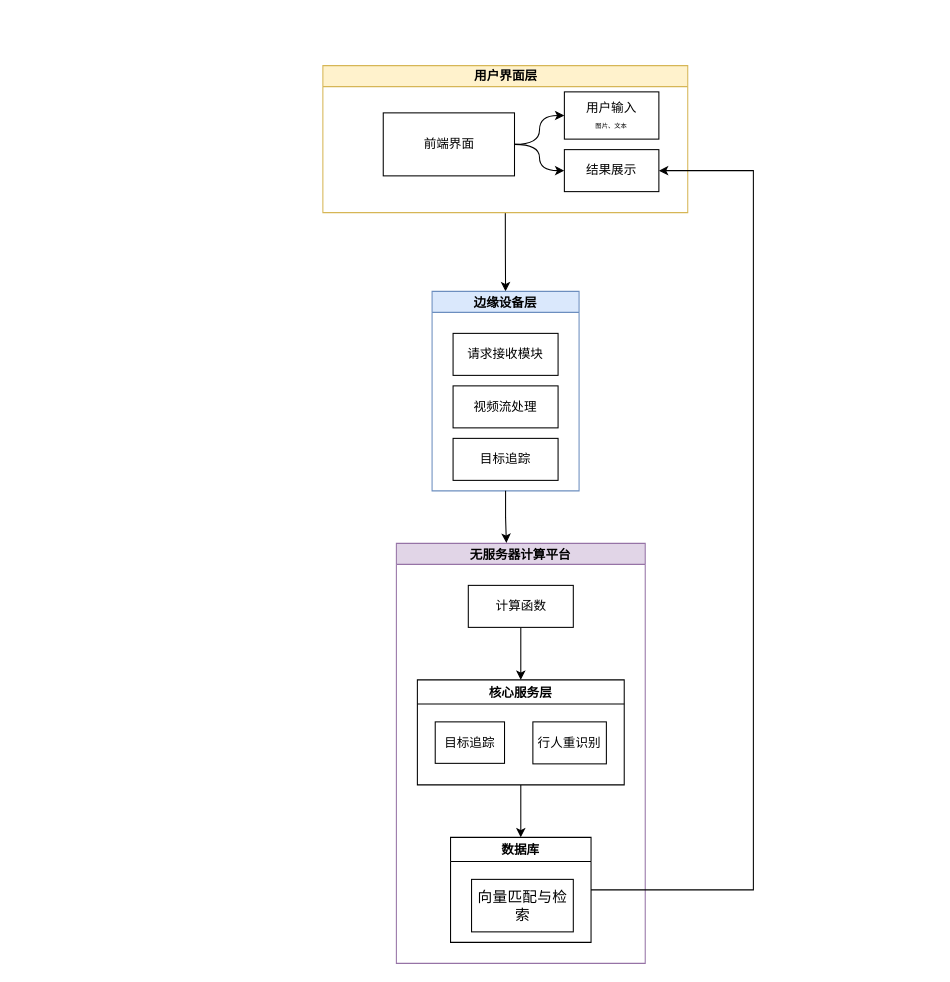
This is directory/毕设.drawio from lllwwwooo/draw.io, a draw.io file, before an edit. Source tidied: cells renumbered, new cells numbered last; positions are measured from the earlier drawing's top-left corner, leaving out a move shared by most shapes. Both pictures are drawn from the tidied source at 105%, with x=0, y=0 at pixel (322, 65).
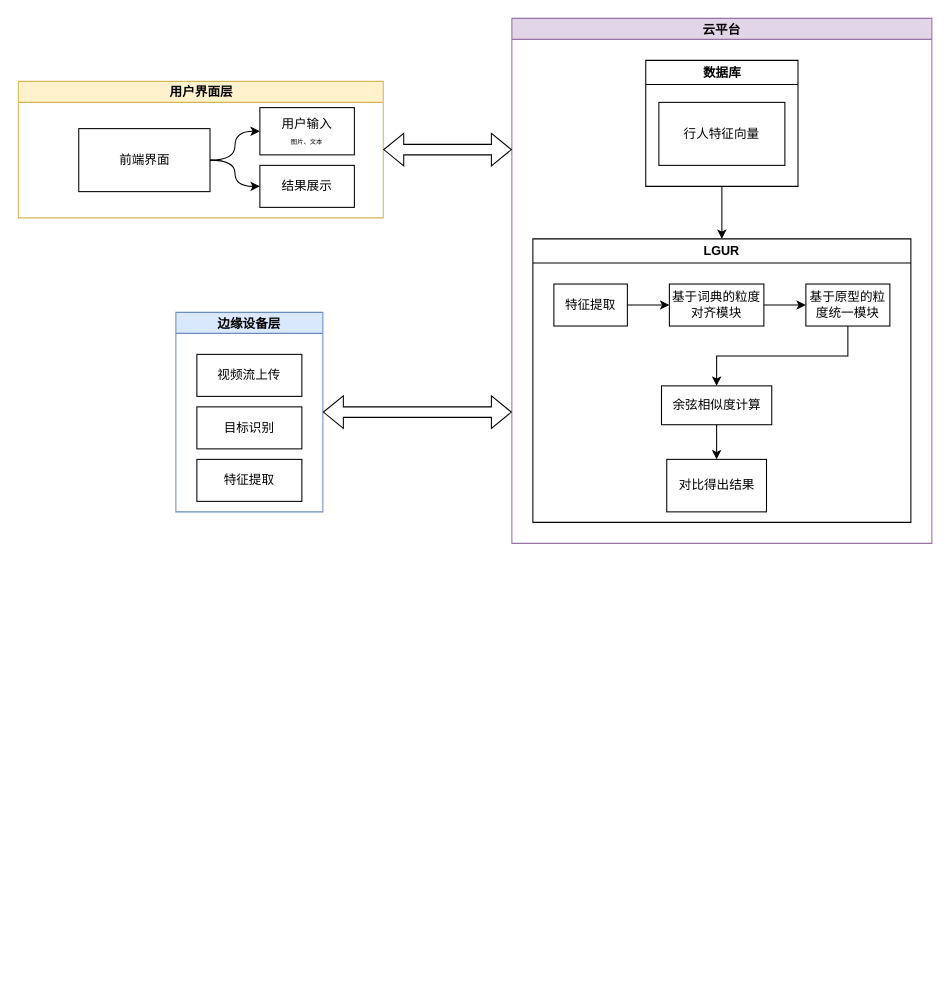
The same diagram, later.

Unchanged cells that the change refers to:
```xml
<mxCell id="8" value="结果展示" style="rounded=0;whiteSpace=wrap;html=1;" parent="3" vertex="1">
  <mxGeometry x="230" y="80" width="90" height="40" as="geometry" />
</mxCell>
```

The edit, as a diff of the source:
```diff
@@
-    <mxCell id="2" style="edgeStyle=orthogonalEdgeStyle;rounded=0;jettySize=auto;html=1;exitX=0.5;exitY=1;exitDx=0;exitDy=0;" parent="1" edge="1" source="3" target="9">
-      <mxGeometry relative="1" as="geometry" />
-    </mxCell>
     <mxCell id="3" value="用户界面层" style="swimlane;html=1;startSize=20;horizontal=1;containerType=tree;glass=0;fillColor=#fff2cc;strokeColor=#d6b656;" parent="1" vertex="1">
-      <mxGeometry width="347.5" height="140" as="geometry" />
+      <mxGeometry x="-290" y="15" width="347.5" height="130" as="geometry" />
     </mxCell>
@@
     <mxCell id="9" value="边缘设备层" style="swimlane;startSize=20;horizontal=1;horizontalTree=0;sortEdges=1;containerType=tree;fontSize=12;fillColor=#dae8fc;strokeColor=#6c8ebf;" parent="1" vertex="1">
-      <mxGeometry x="104" y="215" width="140" height="190" as="geometry" />
+      <mxGeometry x="-140" y="235" width="140" height="190" as="geometry" />
     </mxCell>
-    <mxCell id="10" value="请求接收模块" style="whiteSpace=wrap;html=1;" parent="9" vertex="1">
+    <mxCell id="10" value="视频流上传" style="whiteSpace=wrap;html=1;" parent="9" vertex="1">
       <mxGeometry x="20" y="40" width="100" height="40" as="geometry" />
     </mxCell>
-    <mxCell id="11" value="视频流处理" style="whiteSpace=wrap;html=1;" parent="9" vertex="1">
+    <mxCell id="11" value="目标识别" style="whiteSpace=wrap;html=1;" parent="9" vertex="1">
       <mxGeometry x="20" y="90" width="100" height="40" as="geometry" />
     </mxCell>
-    <mxCell id="12" value="目标追踪" style="whiteSpace=wrap;html=1;" parent="9" vertex="1">
+    <mxCell id="12" value="特征提取" style="whiteSpace=wrap;html=1;" parent="9" vertex="1">
       <mxGeometry x="20" y="140" width="100" height="40" as="geometry" />
     </mxCell>
-    <mxCell id="13" value="无服务器计算平台" style="swimlane;startSize=20;horizontal=1;horizontalTree=0;sortEdges=1;containerType=tree;fontSize=12;fillColor=#e1d5e7;strokeColor=#9673a6;" parent="1" vertex="1">
-      <mxGeometry x="70" y="455" width="237" height="400" as="geometry" />
+    <mxCell id="13" value="云平台" style="swimlane;startSize=20;horizontal=1;horizontalTree=0;sortEdges=1;containerType=tree;fontSize=12;fillColor=#e1d5e7;strokeColor=#9673a6;" parent="1" vertex="1">
+      <mxGeometry x="180" y="-45" width="400" height="500" as="geometry" />
     </mxCell>
-    <mxCell id="14" style="edgeStyle=orthogonalEdgeStyle;rounded=0;jettySize=auto;html=1;exitX=0.5;exitY=1;exitDx=0;exitDy=0;entryX=0.5;entryY=0;entryDx=0;entryDy=0;" parent="13" edge="1" source="15" target="16">
-      <mxGeometry relative="1" as="geometry" />
-    </mxCell>
-    <mxCell id="15" value="计算函数" style="whiteSpace=wrap;html=1;" parent="13" vertex="1">
-      <mxGeometry x="68.5" y="40" width="100" height="40" as="geometry" />
-    </mxCell>
-    <mxCell id="16" value="核心服务层" style="swimlane;" parent="13" vertex="1">
-      <mxGeometry x="20" y="130" width="197" height="100" as="geometry" />
-    </mxCell>
-    <mxCell id="17" value="目标追踪" style="whiteSpace=wrap;html=1;" parent="16" vertex="1">
-      <mxGeometry x="17" y="40" width="66" height="39.5" as="geometry" />
-    </mxCell>
-    <mxCell id="18" value="行人重识别" style="whiteSpace=wrap;html=1;" parent="16" vertex="1">
-      <mxGeometry x="110" y="40" width="70" height="40" as="geometry" />
-    </mxCell>
-    <mxCell id="19" style="edgeStyle=orthogonalEdgeStyle;rounded=0;jettySize=auto;html=1;" parent="13" edge="1" source="16" target="20">
-      <mxGeometry relative="1" as="geometry" />
-    </mxCell>
-    <mxCell id="20" value="数据库" style="swimlane;startSize=23;" parent="13" vertex="1">
-      <mxGeometry x="51.6" y="280" width="133.8" height="100" as="geometry" />
+    <mxCell id="20" value="数据库" style="swimlane;whiteSpace=wrap;html=1;" parent="13" vertex="1">
+      <mxGeometry x="127.5" y="40" width="145" height="120" as="geometry" />
     </mxCell>
-    <mxCell id="21" value="&lt;span style=&quot;font-family: -apple-system, blinkmacsystemfont, &amp;quot;Helvetica Neue&amp;quot;, helvetica, &amp;quot;segoe ui&amp;quot;, arial, roboto, &amp;quot;PingFang SC&amp;quot;, miui, &amp;quot;Hiragino Sans GB&amp;quot;, &amp;quot;Microsoft Yahei&amp;quot;, sans-serif; font-size: 14px; letter-spacing: 0.25px; text-align: start; white-space-collapse: preserve;&quot;&gt;向量匹配与检索&lt;/span&gt;" style="whiteSpace=wrap;html=1;" parent="20" vertex="1">
-      <mxGeometry x="20" y="40" width="96.9" height="50" as="geometry" />
-    </mxCell>
+    <mxCell id="24" value="行人特征向量" style="whiteSpace=wrap;html=1;" parent="20" vertex="1">
+      <mxGeometry x="12.5" y="40" width="120" height="60" as="geometry" />
+    </mxCell>
+    <mxCell id="25" style="edgeStyle=orthogonalEdgeStyle;rounded=0;jettySize=auto;html=1;" parent="13" edge="1" source="20" target="26">
+      <mxGeometry relative="1" as="geometry" />
+    </mxCell>
+    <mxCell id="26" value="LGUR" style="swimlane;whiteSpace=wrap;html=1;" parent="13" vertex="1">
+      <mxGeometry x="20" y="210" width="360" height="270" as="geometry" />
+    </mxCell>
+    <mxCell id="27" style="edgeStyle=orthogonalEdgeStyle;rounded=0;jettySize=auto;html=1;" parent="26" edge="1" source="28" target="29">
+      <mxGeometry relative="1" as="geometry" />
+    </mxCell>
+    <mxCell id="28" value="&lt;span style=&quot;line-height: 125%;&quot;&gt;&lt;font style=&quot;font-size: 12px;&quot;&gt;特征提取&lt;/font&gt;&lt;/span&gt;" style="whiteSpace=wrap;html=1;" parent="26" vertex="1">
+      <mxGeometry x="20" y="43" width="70" height="40" as="geometry" />
+    </mxCell>
+    <mxCell id="29" value="&lt;span style=&quot;line-height: 125%;&quot;&gt;&lt;font style=&quot;font-size: 12px;&quot;&gt;基于词典的粒度对齐模块&lt;/font&gt;&lt;/span&gt;" style="whiteSpace=wrap;html=1;" parent="26" vertex="1">
+      <mxGeometry x="130" y="43" width="90" height="40" as="geometry" />
+    </mxCell>
+    <mxCell id="30" style="edgeStyle=orthogonalEdgeStyle;rounded=0;jettySize=auto;html=1;exitX=0.5;exitY=1;exitDx=0;exitDy=0;entryX=0.5;entryY=0;entryDx=0;entryDy=0;" parent="26" edge="1" source="31" target="34">
+      <mxGeometry relative="1" as="geometry" />
+    </mxCell>
+    <mxCell id="31" value="&lt;span style=&quot;line-height: 125%;&quot;&gt;&lt;font style=&quot;font-size: 12px;&quot;&gt;基于原型的粒度统一模块&lt;/font&gt;&lt;/span&gt;" style="whiteSpace=wrap;html=1;" parent="26" vertex="1">
+      <mxGeometry x="260" y="43" width="80" height="40" as="geometry" />
+    </mxCell>
+    <mxCell id="32" style="edgeStyle=orthogonalEdgeStyle;rounded=0;jettySize=auto;html=1;" parent="26" edge="1" source="29" target="31">
+      <mxGeometry relative="1" as="geometry" />
+    </mxCell>
+    <mxCell id="33" style="edgeStyle=orthogonalEdgeStyle;rounded=0;jettySize=auto;html=1;" parent="26" edge="1" source="34" target="35">
+      <mxGeometry relative="1" as="geometry" />
+    </mxCell>
+    <mxCell id="34" value="余弦相似度计算" style="rounded=0;whiteSpace=wrap;html=1;" parent="26" vertex="1">
+      <mxGeometry x="122.5" y="140" width="105" height="37" as="geometry" />
+    </mxCell>
+    <mxCell id="35" value="对比得出结果" style="whiteSpace=wrap;html=1;rounded=0;" parent="26" vertex="1">
+      <mxGeometry x="127.5" y="210" width="95" height="50" as="geometry" />
+    </mxCell>
-    <mxCell id="22" style="edgeStyle=orthogonalEdgeStyle;rounded=0;jettySize=auto;html=1;exitX=0.5;exitY=1;exitDx=0;exitDy=0;entryX=0.442;entryY=-0.001;entryDx=0;entryDy=0;entryPerimeter=0;" parent="1" edge="1" source="9" target="13">
+    <mxCell id="22" style="shape=flexArrow;endArrow=classic;startArrow=classic;html=1;rounded=0;exitX=1;exitY=0.5;exitDx=0;exitDy=0;entryX=0;entryY=0.75;entryDx=0;entryDy=0;" parent="1" edge="1" source="9" target="13">
       <mxGeometry relative="1" as="geometry" />
     </mxCell>
-    <mxCell id="23" style="edgeStyle=orthogonalEdgeStyle;rounded=0;jettySize=auto;html=1;exitX=1;exitY=0.5;exitDx=0;exitDy=0;entryX=1;entryY=0.5;entryDx=0;entryDy=0;" parent="1" edge="1" source="20" target="8">
-      <mxGeometry relative="1" as="geometry">
-        <Array as="points">
-          <mxPoint x="410" y="785" />
-          <mxPoint x="410" y="100" />
-        </Array>
-      </mxGeometry>
-    </mxCell>
+    <mxCell id="36" style="shape=flexArrow;endArrow=classic;startArrow=classic;html=1;rounded=0;exitX=1;exitY=0.5;exitDx=0;exitDy=0;entryX=0;entryY=0.25;entryDx=0;entryDy=0;" parent="1" edge="1" source="3" target="13">
+      <mxGeometry relative="1" as="geometry" />
+    </mxCell>
```
